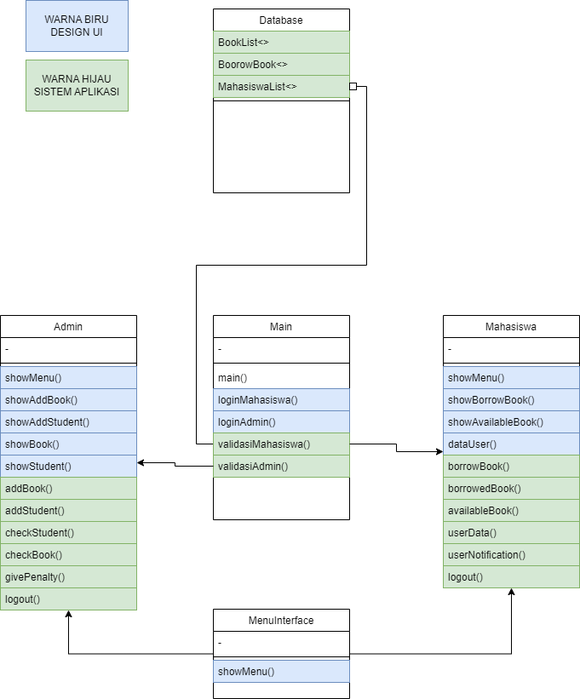
Earlier version of the draw.io export DiagramPerpustakaan.png (dikameo/PERPUSTAKAANCUY). Source tidied: cells renumbered, new cells last; positions are measured from the earlier drawing's top-left corner, leaving out a move shared by most shapes.
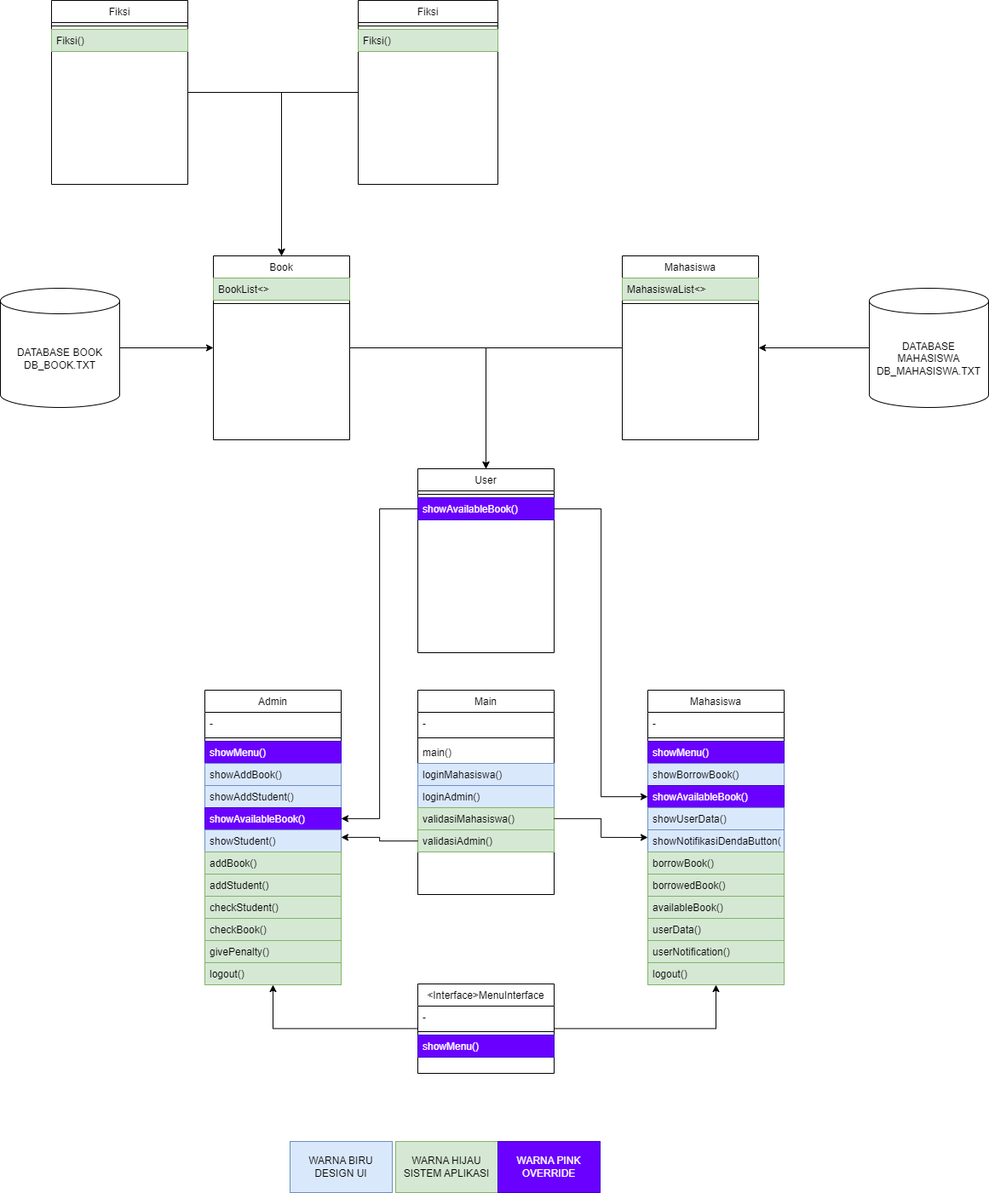
After the change.

Commit message:
UPDATE DIAGRAM DULU

The edit, as a diff of the source:
```diff
@@ -11,7 +11,7 @@
     <mxCell id="4" style="line;html=1;strokeWidth=1;align=left;verticalAlign=middle;spacingTop=-1;spacingLeft=3;spacingRight=3;labelPosition=right;" parent="2" vertex="1">
       <mxGeometry y="52" width="160" height="8" as="geometry" />
     </mxCell>
-    <mxCell id="5" value="showMenu()" style="text;align=left;verticalAlign=top;spacingLeft=4;spacingRight=4;overflow=hidden;fillColor=#dae8fc;strokeColor=#6c8ebf;" parent="2" vertex="1">
+    <mxCell id="5" value="showMenu()" style="text;align=left;verticalAlign=top;spacingLeft=4;spacingRight=4;overflow=hidden;fillColor=#6a00ff;strokeColor=#3700CC;fontColor=#ffffff;" parent="2" vertex="1">
       <mxGeometry y="60" width="160" height="26" as="geometry" />
     </mxCell>
     <mxCell id="6" value="showAddBook()" style="text;align=left;verticalAlign=top;spacingLeft=4;spacingRight=4;overflow=hidden;fillColor=#dae8fc;strokeColor=#6c8ebf;" parent="2" vertex="1">
@@ -20,7 +20,7 @@
     <mxCell id="7" value="showAddStudent()" style="text;align=left;verticalAlign=top;spacingLeft=4;spacingRight=4;overflow=hidden;fillColor=#dae8fc;strokeColor=#6c8ebf;" parent="2" vertex="1">
       <mxGeometry y="112" width="160" height="26" as="geometry" />
     </mxCell>
-    <mxCell id="8" value="showBook()" style="text;align=left;verticalAlign=top;spacingLeft=4;spacingRight=4;overflow=hidden;points=[[0,0.5],[1,0.5]];portConstraint=eastwest;fillColor=#dae8fc;strokeColor=#6c8ebf;" parent="2" vertex="1">
+    <mxCell id="8" value="showAvailableBook()" style="text;align=left;verticalAlign=top;spacingLeft=4;spacingRight=4;overflow=hidden;points=[[0,0.5],[1,0.5]];portConstraint=eastwest;fillColor=#6a00ff;strokeColor=#3700CC;fontColor=#ffffff;" parent="2" vertex="1">
       <mxGeometry y="138" width="160" height="26" as="geometry" />
     </mxCell>
     <mxCell id="9" value="showStudent()" style="text;align=left;verticalAlign=top;spacingLeft=4;spacingRight=4;overflow=hidden;fillColor=#dae8fc;strokeColor=#6c8ebf;" parent="2" vertex="1">
@@ -45,7 +45,7 @@
       <mxGeometry y="320" width="160" height="26" as="geometry" />
     </mxCell>
     <mxCell id="16" value="Mahasiswa" style="swimlane;fontStyle=0;align=center;verticalAlign=top;horizontal=1;startSize=26;rounded=0;shadow=0;strokeWidth=1;" parent="1" vertex="1">
-      <mxGeometry x="520" y="370" width="160" height="320" as="geometry" />
+      <mxGeometry x="520" y="370" width="160" height="346" as="geometry" />
     </mxCell>
     <mxCell id="17" value="-" style="text;align=left;verticalAlign=top;spacingLeft=4;spacingRight=4;overflow=hidden;rounded=0;shadow=0;html=0;" parent="16" vertex="1">
       <mxGeometry y="26" width="160" height="26" as="geometry" />
@@ -53,54 +53,51 @@
     <mxCell id="18" style="line;html=1;strokeWidth=1;align=left;verticalAlign=middle;spacingTop=-1;spacingLeft=3;spacingRight=3;labelPosition=right;" parent="16" vertex="1">
       <mxGeometry y="52" width="160" height="8" as="geometry" />
     </mxCell>
-    <mxCell id="19" value="showMenu()" style="text;align=left;verticalAlign=top;spacingLeft=4;spacingRight=4;overflow=hidden;fillColor=#dae8fc;strokeColor=#6c8ebf;" parent="16" vertex="1">
+    <mxCell id="19" value="showMenu()" style="text;align=left;verticalAlign=top;spacingLeft=4;spacingRight=4;overflow=hidden;fillColor=#6a00ff;strokeColor=#3700CC;fontColor=#ffffff;" parent="16" vertex="1">
       <mxGeometry y="60" width="160" height="26" as="geometry" />
     </mxCell>
     <mxCell id="20" value="showBorrowBook()" style="text;align=left;verticalAlign=top;spacingLeft=4;spacingRight=4;overflow=hidden;fillColor=#dae8fc;strokeColor=#6c8ebf;" parent="16" vertex="1">
       <mxGeometry y="86" width="160" height="26" as="geometry" />
     </mxCell>
-    <mxCell id="21" value="showAvailableBook()" style="text;align=left;verticalAlign=top;spacingLeft=4;spacingRight=4;overflow=hidden;points=[[0,0.5],[1,0.5]];portConstraint=eastwest;fillColor=#dae8fc;strokeColor=#6c8ebf;" parent="16" vertex="1">
+    <mxCell id="21" value="showAvailableBook()" style="text;align=left;verticalAlign=top;spacingLeft=4;spacingRight=4;overflow=hidden;points=[[0,0.5],[1,0.5]];portConstraint=eastwest;fillColor=#6a00ff;strokeColor=#3700CC;fontColor=#ffffff;" parent="16" vertex="1">
       <mxGeometry y="112" width="160" height="26" as="geometry" />
     </mxCell>
-    <mxCell id="22" value="dataUser()" style="text;align=left;verticalAlign=top;spacingLeft=4;spacingRight=4;overflow=hidden;fillColor=#dae8fc;strokeColor=#6c8ebf;" parent="16" vertex="1">
+    <mxCell id="22" value="showUserData()" style="text;align=left;verticalAlign=top;spacingLeft=4;spacingRight=4;overflow=hidden;fillColor=#dae8fc;strokeColor=#6c8ebf;" parent="16" vertex="1">
       <mxGeometry y="138" width="160" height="26" as="geometry" />
     </mxCell>
+    <mxCell id="53" value="showNotifikasiDendaButton()" style="text;align=left;verticalAlign=top;spacingLeft=4;spacingRight=4;overflow=hidden;fillColor=#dae8fc;strokeColor=#6c8ebf;" parent="16" vertex="1">
+      <mxGeometry y="164" width="160" height="26" as="geometry" />
+    </mxCell>
     <mxCell id="23" value="borrowBook()" style="text;align=left;verticalAlign=top;spacingLeft=4;spacingRight=4;overflow=hidden;fillColor=#d5e8d4;strokeColor=#82b366;" parent="16" vertex="1">
-      <mxGeometry y="164" width="160" height="26" as="geometry" />
+      <mxGeometry y="190" width="160" height="26" as="geometry" />
     </mxCell>
     <mxCell id="24" value="borrowedBook()" style="text;align=left;verticalAlign=top;spacingLeft=4;spacingRight=4;overflow=hidden;fillColor=#d5e8d4;strokeColor=#82b366;" parent="16" vertex="1">
-      <mxGeometry y="190" width="160" height="26" as="geometry" />
+      <mxGeometry y="216" width="160" height="26" as="geometry" />
     </mxCell>
     <mxCell id="25" value="availableBook()" style="text;align=left;verticalAlign=top;spacingLeft=4;spacingRight=4;overflow=hidden;fillColor=#d5e8d4;strokeColor=#82b366;" parent="16" vertex="1">
-      <mxGeometry y="216" width="160" height="26" as="geometry" />
+      <mxGeometry y="242" width="160" height="26" as="geometry" />
     </mxCell>
     <mxCell id="26" value="userData()" style="text;align=left;verticalAlign=top;spacingLeft=4;spacingRight=4;overflow=hidden;fillColor=#d5e8d4;strokeColor=#82b366;" parent="16" vertex="1">
-      <mxGeometry y="242" width="160" height="26" as="geometry" />
+      <mxGeometry y="268" width="160" height="26" as="geometry" />
     </mxCell>
     <mxCell id="27" value="userNotification()" style="text;align=left;verticalAlign=top;spacingLeft=4;spacingRight=4;overflow=hidden;fillColor=#d5e8d4;strokeColor=#82b366;" parent="16" vertex="1">
-      <mxGeometry y="268" width="160" height="26" as="geometry" />
+      <mxGeometry y="294" width="160" height="26" as="geometry" />
     </mxCell>
     <mxCell id="28" value="logout()" style="text;align=left;verticalAlign=top;spacingLeft=4;spacingRight=4;overflow=hidden;fillColor=#d5e8d4;strokeColor=#82b366;" parent="16" vertex="1">
-      <mxGeometry y="294" width="160" height="26" as="geometry" />
+      <mxGeometry y="320" width="160" height="26" as="geometry" />
     </mxCell>
+    <mxCell id="54" style="edgeStyle=orthogonalEdgeStyle;rounded=0;jettySize=auto;html=1;" parent="1" edge="1" source="29" target="55">
+      <mxGeometry relative="1" as="geometry" />
+    </mxCell>
-    <mxCell id="29" value="Database" style="swimlane;fontStyle=0;align=center;verticalAlign=top;horizontal=1;startSize=26;rounded=0;shadow=0;strokeWidth=1;" parent="1" vertex="1">
-      <mxGeometry x="250" y="10" width="160" height="216" as="geometry" />
+    <mxCell id="29" value="Book" style="swimlane;fontStyle=0;align=center;verticalAlign=top;horizontal=1;startSize=26;rounded=0;shadow=0;strokeWidth=1;" parent="1" vertex="1">
+      <mxGeometry x="10" y="-140" width="160" height="216" as="geometry" />
     </mxCell>
     <mxCell id="30" value="BookList&lt;&gt; " style="text;align=left;verticalAlign=top;spacingLeft=4;spacingRight=4;overflow=hidden;rounded=0;shadow=0;html=0;fillColor=#d5e8d4;strokeColor=#82b366;" parent="29" vertex="1">
       <mxGeometry y="26" width="160" height="26" as="geometry" />
     </mxCell>
-    <mxCell id="31" value="BoorowBook&lt;&gt;" style="text;align=left;verticalAlign=top;spacingLeft=4;spacingRight=4;overflow=hidden;rounded=0;shadow=0;html=0;fillColor=#d5e8d4;strokeColor=#82b366;" parent="29" vertex="1">
-      <mxGeometry y="52" width="160" height="26" as="geometry" />
-    </mxCell>
-    <mxCell id="32" value="MahasiswaList&lt;&gt;" style="text;align=left;verticalAlign=top;spacingLeft=4;spacingRight=4;overflow=hidden;points=[[0,0.5],[1,0.5]];portConstraint=eastwest;rounded=0;shadow=0;html=0;fillColor=#d5e8d4;strokeColor=#82b366;" parent="29" vertex="1">
-      <mxGeometry y="78" width="160" height="26" as="geometry" />
-    </mxCell>
     <mxCell id="33" style="line;html=1;strokeWidth=1;align=left;verticalAlign=middle;spacingTop=-1;spacingLeft=3;spacingRight=3;labelPosition=right;" parent="29" vertex="1">
-      <mxGeometry y="104" width="160" height="8" as="geometry" />
+      <mxGeometry y="52" width="160" height="8" as="geometry" />
     </mxCell>
-    <mxCell id="34" style="edgeStyle=orthogonalEdgeStyle;rounded=0;jettySize=auto;html=1;endArrow=box;endFill=0;" parent="1" edge="1" source="41" target="32">
-      <mxGeometry relative="1" as="geometry" />
-    </mxCell>
     <mxCell id="35" value="Main" style="swimlane;fontStyle=0;align=center;verticalAlign=top;horizontal=1;startSize=26;rounded=0;shadow=0;strokeWidth=1;" parent="1" vertex="1">
       <mxGeometry x="250" y="370" width="160" height="240" as="geometry" />
     </mxCell>
@@ -132,10 +129,10 @@
       <mxGeometry relative="1" as="geometry" />
     </mxCell>
     <mxCell id="45" value="WARNA BIRU DESIGN UI" style="rounded=0;whiteSpace=wrap;html=1;fillColor=#dae8fc;strokeColor=#6c8ebf;" parent="1" vertex="1">
-      <mxGeometry x="30" width="120" height="60" as="geometry" />
+      <mxGeometry x="100" y="900" width="120" height="60" as="geometry" />
     </mxCell>
     <mxCell id="46" value="WARNA HIJAU SISTEM APLIKASI" style="rounded=0;whiteSpace=wrap;html=1;fillColor=#d5e8d4;strokeColor=#82b366;" parent="1" vertex="1">
-      <mxGeometry x="30" y="70" width="120" height="60" as="geometry" />
+      <mxGeometry x="224" y="900" width="120" height="60" as="geometry" />
     </mxCell>
     <mxCell id="47" style="edgeStyle=orthogonalEdgeStyle;rounded=0;jettySize=auto;html=1;entryX=0.5;entryY=1;entryDx=0;entryDy=0;" parent="1" edge="1" source="49" target="2">
       <mxGeometry relative="1" as="geometry" />
@@ -143,7 +140,7 @@
     <mxCell id="48" style="edgeStyle=orthogonalEdgeStyle;rounded=0;jettySize=auto;html=1;entryX=0.5;entryY=1;entryDx=0;entryDy=0;" parent="1" edge="1" source="49" target="16">
       <mxGeometry relative="1" as="geometry" />
     </mxCell>
-    <mxCell id="49" value="MenuInterface" style="swimlane;fontStyle=0;align=center;verticalAlign=top;horizontal=1;startSize=26;rounded=0;shadow=0;strokeWidth=1;" parent="1" vertex="1">
+    <mxCell id="49" value="&lt;Interface&gt;MenuInterface" style="swimlane;fontStyle=0;align=center;verticalAlign=top;horizontal=1;startSize=26;rounded=0;shadow=0;strokeWidth=1;" parent="1" vertex="1">
       <mxGeometry x="250" y="715" width="160" height="105" as="geometry" />
     </mxCell>
     <mxCell id="50" value="-" style="text;align=left;verticalAlign=top;spacingLeft=4;spacingRight=4;overflow=hidden;rounded=0;shadow=0;html=0;" parent="49" vertex="1">
@@ -152,8 +149,74 @@
     <mxCell id="51" style="line;html=1;strokeWidth=1;align=left;verticalAlign=middle;spacingTop=-1;spacingLeft=3;spacingRight=3;labelPosition=right;" parent="49" vertex="1">
       <mxGeometry y="52" width="160" height="8" as="geometry" />
     </mxCell>
-    <mxCell id="52" value="showMenu()" style="text;align=left;verticalAlign=top;spacingLeft=4;spacingRight=4;overflow=hidden;fillColor=#dae8fc;strokeColor=#6c8ebf;" parent="49" vertex="1">
+    <mxCell id="52" value="showMenu()" style="text;align=left;verticalAlign=top;spacingLeft=4;spacingRight=4;overflow=hidden;fillColor=#6a00ff;strokeColor=#3700CC;fontColor=#ffffff;" parent="49" vertex="1">
       <mxGeometry y="60" width="160" height="26" as="geometry" />
     </mxCell>
+    <mxCell id="55" value="User" style="swimlane;fontStyle=0;align=center;verticalAlign=top;horizontal=1;startSize=26;rounded=0;shadow=0;strokeWidth=1;" parent="1" vertex="1">
+      <mxGeometry x="250" y="110" width="160" height="216" as="geometry" />
+    </mxCell>
+    <mxCell id="56" style="line;html=1;strokeWidth=1;align=left;verticalAlign=middle;spacingTop=-1;spacingLeft=3;spacingRight=3;labelPosition=right;" parent="55" vertex="1">
+      <mxGeometry y="26" width="160" height="8" as="geometry" />
+    </mxCell>
+    <mxCell id="57" value="showAvailableBook()" style="text;align=left;verticalAlign=top;spacingLeft=4;spacingRight=4;overflow=hidden;points=[[0,0.5],[1,0.5]];portConstraint=eastwest;fillColor=#6a00ff;strokeColor=#3700CC;fontColor=#ffffff;" parent="55" vertex="1">
+      <mxGeometry y="34" width="160" height="26" as="geometry" />
+    </mxCell>
+    <mxCell id="58" value="WARNA PINK OVERRIDE" style="rounded=0;whiteSpace=wrap;html=1;fillColor=#6a00ff;strokeColor=#3700CC;fontColor=#ffffff;" parent="1" vertex="1">
+      <mxGeometry x="344" y="900" width="120" height="60" as="geometry" />
+    </mxCell>
+    <mxCell id="59" style="edgeStyle=orthogonalEdgeStyle;rounded=0;jettySize=auto;html=1;" parent="1" edge="1" source="57" target="8">
+      <mxGeometry relative="1" as="geometry" />
+    </mxCell>
+    <mxCell id="60" style="edgeStyle=orthogonalEdgeStyle;rounded=0;jettySize=auto;html=1;" parent="1" edge="1" source="57" target="21">
+      <mxGeometry relative="1" as="geometry" />
+    </mxCell>
+    <mxCell id="61" style="edgeStyle=orthogonalEdgeStyle;rounded=0;jettySize=auto;html=1;" parent="1" edge="1" source="62" target="55">
+      <mxGeometry relative="1" as="geometry" />
+    </mxCell>
+    <mxCell id="62" value="Mahasiswa" style="swimlane;fontStyle=0;align=center;verticalAlign=top;horizontal=1;startSize=26;rounded=0;shadow=0;strokeWidth=1;" parent="1" vertex="1">
+      <mxGeometry x="490" y="-140" width="160" height="216" as="geometry" />
+    </mxCell>
+    <mxCell id="32" value="MahasiswaList&lt;&gt;" style="text;align=left;verticalAlign=top;spacingLeft=4;spacingRight=4;overflow=hidden;points=[[0,0.5],[1,0.5]];portConstraint=eastwest;rounded=0;shadow=0;html=0;fillColor=#d5e8d4;strokeColor=#82b366;" parent="62" vertex="1">
+      <mxGeometry y="26" width="160" height="26" as="geometry" />
+    </mxCell>
+    <mxCell id="63" style="line;html=1;strokeWidth=1;align=left;verticalAlign=middle;spacingTop=-1;spacingLeft=3;spacingRight=3;labelPosition=right;" parent="62" vertex="1">
+      <mxGeometry y="52" width="160" height="8" as="geometry" />
+    </mxCell>
+    <mxCell id="64" style="edgeStyle=orthogonalEdgeStyle;rounded=0;jettySize=auto;html=1;entryX=0.5;entryY=0;entryDx=0;entryDy=0;" parent="1" edge="1" source="65" target="29">
+      <mxGeometry relative="1" as="geometry" />
+    </mxCell>
+    <mxCell id="65" value="Fiksi" style="swimlane;fontStyle=0;align=center;verticalAlign=top;horizontal=1;startSize=26;rounded=0;shadow=0;strokeWidth=1;" parent="1" vertex="1">
+      <mxGeometry x="-180" y="-440" width="160" height="216" as="geometry" />
+    </mxCell>
+    <mxCell id="66" style="line;html=1;strokeWidth=1;align=left;verticalAlign=middle;spacingTop=-1;spacingLeft=3;spacingRight=3;labelPosition=right;" parent="65" vertex="1">
+      <mxGeometry y="26" width="160" height="8" as="geometry" />
+    </mxCell>
+    <mxCell id="67" value="Fiksi()" style="text;align=left;verticalAlign=top;spacingLeft=4;spacingRight=4;overflow=hidden;rounded=0;shadow=0;html=0;fillColor=#d5e8d4;strokeColor=#82b366;" parent="65" vertex="1">
+      <mxGeometry y="34" width="160" height="26" as="geometry" />
+    </mxCell>
+    <mxCell id="68" style="edgeStyle=orthogonalEdgeStyle;rounded=0;jettySize=auto;html=1;entryX=0.5;entryY=0;entryDx=0;entryDy=0;" parent="1" edge="1" source="69" target="29">
+      <mxGeometry relative="1" as="geometry" />
+    </mxCell>
+    <mxCell id="69" value="Fiksi" style="swimlane;fontStyle=0;align=center;verticalAlign=top;horizontal=1;startSize=26;rounded=0;shadow=0;strokeWidth=1;" parent="1" vertex="1">
+      <mxGeometry x="180" y="-440" width="164" height="216" as="geometry" />
+    </mxCell>
+    <mxCell id="70" style="line;html=1;strokeWidth=1;align=left;verticalAlign=middle;spacingTop=-1;spacingLeft=3;spacingRight=3;labelPosition=right;" parent="69" vertex="1">
+      <mxGeometry y="26" width="164" height="8" as="geometry" />
+    </mxCell>
+    <mxCell id="71" value="Fiksi()" style="text;align=left;verticalAlign=top;spacingLeft=4;spacingRight=4;overflow=hidden;rounded=0;shadow=0;html=0;fillColor=#d5e8d4;strokeColor=#82b366;" parent="69" vertex="1">
+      <mxGeometry y="34" width="164" height="26" as="geometry" />
+    </mxCell>
+    <mxCell id="72" style="edgeStyle=orthogonalEdgeStyle;rounded=0;jettySize=auto;html=1;entryX=0;entryY=0.5;entryDx=0;entryDy=0;" parent="1" edge="1" source="73" target="29">
+      <mxGeometry relative="1" as="geometry" />
+    </mxCell>
+    <mxCell id="73" value="DATABASE BOOK&lt;div&gt;DB_BOOK.TXT&lt;/div&gt;" style="shape=cylinder3;whiteSpace=wrap;html=1;boundedLbl=1;backgroundOutline=1;size=15;" parent="1" vertex="1">
+      <mxGeometry x="-240" y="-102" width="140" height="140" as="geometry" />
+    </mxCell>
+    <mxCell id="74" style="edgeStyle=orthogonalEdgeStyle;rounded=0;jettySize=auto;html=1;entryX=1;entryY=0.5;entryDx=0;entryDy=0;" parent="1" edge="1" source="75" target="62">
+      <mxGeometry relative="1" as="geometry" />
+    </mxCell>
+    <mxCell id="75" value="DATABASE MAHASISWA&lt;div&gt;DB_MAHASISWA.TXT&lt;/div&gt;" style="shape=cylinder3;whiteSpace=wrap;html=1;boundedLbl=1;backgroundOutline=1;size=15;" parent="1" vertex="1">
+      <mxGeometry x="780" y="-102" width="140" height="140" as="geometry" />
+    </mxCell>
   </root>
 </mxGraphModel>
```
